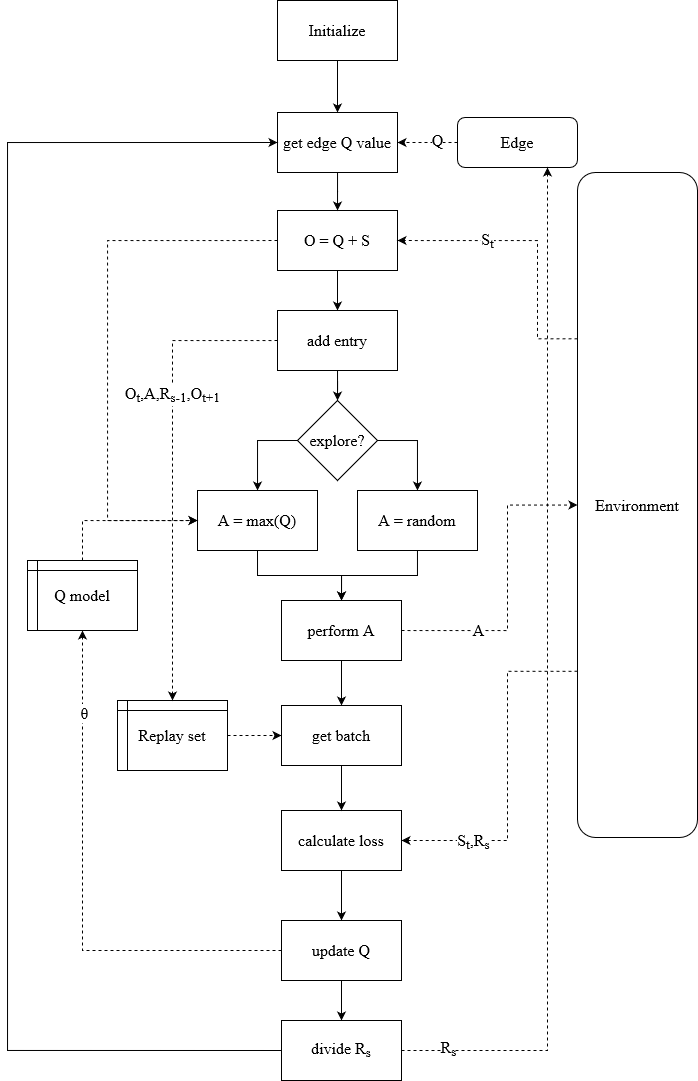
This is EdgeResourceFederated/img/server_alg.png from kc71486/nsda_paper, a draw.io export, as it was before one commit. Source tidied: cells renumbered, new cells last; positions are measured from the earlier drawing's top-left corner, leaving out a move shared by most shapes. Its diagram source:
```xml
<mxGraphModel>
  <root>
    <mxCell id="0" />
    <mxCell id="1" parent="0" />
    <mxCell id="2" style="edgeStyle=orthogonalEdgeStyle;rounded=0;jettySize=auto;html=1;" parent="1" edge="1" source="3" target="43">
      <mxGeometry relative="1" as="geometry" />
    </mxCell>
    <mxCell id="3" value="&lt;font face=&quot;Times New Roman&quot; style=&quot;font-size: 16px;&quot;&gt;Initialize&lt;/font&gt;" style="rounded=0;whiteSpace=wrap;html=1;" parent="1" vertex="1">
      <mxGeometry x="270" width="120" height="60" as="geometry" />
    </mxCell>
    <mxCell id="4" style="edgeStyle=orthogonalEdgeStyle;rounded=0;jettySize=auto;html=1;exitX=0;exitY=0.5;exitDx=0;exitDy=0;" parent="1" edge="1" source="6" target="13">
      <mxGeometry relative="1" as="geometry" />
    </mxCell>
    <mxCell id="5" style="edgeStyle=orthogonalEdgeStyle;rounded=0;jettySize=auto;html=1;exitX=1;exitY=0.5;exitDx=0;exitDy=0;" parent="1" edge="1" source="6" target="11">
      <mxGeometry relative="1" as="geometry" />
    </mxCell>
    <mxCell id="6" value="&lt;font style=&quot;font-size: 16px;&quot; face=&quot;Times New Roman&quot;&gt;explore?&lt;/font&gt;" style="rhombus;whiteSpace=wrap;html=1;" parent="1" vertex="1">
      <mxGeometry x="290" y="400" width="80" height="80" as="geometry" />
    </mxCell>
    <mxCell id="7" style="edgeStyle=orthogonalEdgeStyle;rounded=0;jettySize=auto;html=1;exitX=0;exitY=0.5;exitDx=0;exitDy=0;entryX=0;entryY=0.5;entryDx=0;entryDy=0;dashed=1;" parent="1" edge="1" source="9" target="13">
      <mxGeometry relative="1" as="geometry">
        <Array as="points">
          <mxPoint x="100" y="240" />
          <mxPoint x="100" y="520" />
        </Array>
      </mxGeometry>
    </mxCell>
    <mxCell id="8" style="edgeStyle=orthogonalEdgeStyle;rounded=0;jettySize=auto;html=1;" parent="1" edge="1" source="9" target="36">
      <mxGeometry relative="1" as="geometry" />
    </mxCell>
    <mxCell id="9" value="&lt;font style=&quot;font-size: 16px;&quot; face=&quot;Times New Roman&quot;&gt;O = Q + S&lt;br&gt;&lt;/font&gt;" style="rounded=0;whiteSpace=wrap;html=1;" parent="1" vertex="1">
      <mxGeometry x="270" y="210" width="120" height="60" as="geometry" />
    </mxCell>
    <mxCell id="10" style="edgeStyle=orthogonalEdgeStyle;rounded=0;jettySize=auto;html=1;entryX=0.5;entryY=0;entryDx=0;entryDy=0;" parent="1" edge="1" source="11" target="17">
      <mxGeometry relative="1" as="geometry" />
    </mxCell>
    <mxCell id="11" value="&lt;font style=&quot;font-size: 16px;&quot; face=&quot;Times New Roman&quot;&gt;A = random&lt;/font&gt;" style="rounded=0;whiteSpace=wrap;html=1;" parent="1" vertex="1">
      <mxGeometry x="350" y="490" width="120" height="60" as="geometry" />
    </mxCell>
    <mxCell id="12" style="edgeStyle=orthogonalEdgeStyle;rounded=0;jettySize=auto;html=1;exitX=0.5;exitY=1;exitDx=0;exitDy=0;" parent="1" edge="1" source="13" target="17">
      <mxGeometry relative="1" as="geometry" />
    </mxCell>
    <mxCell id="13" value="&lt;font style=&quot;font-size: 16px;&quot; face=&quot;Times New Roman&quot;&gt;A = max(Q)&lt;br&gt;&lt;/font&gt;" style="rounded=0;whiteSpace=wrap;html=1;" parent="1" vertex="1">
      <mxGeometry x="190" y="490" width="120" height="60" as="geometry" />
    </mxCell>
    <mxCell id="14" style="edgeStyle=orthogonalEdgeStyle;rounded=0;jettySize=auto;html=1;dashed=1;entryX=0;entryY=0.5;entryDx=0;entryDy=0;exitX=1;exitY=0.5;exitDx=0;exitDy=0;" parent="1" edge="1" source="17" target="22">
      <mxGeometry relative="1" as="geometry">
        <Array as="points">
          <mxPoint x="500" y="630" />
          <mxPoint x="500" y="505" />
        </Array>
      </mxGeometry>
    </mxCell>
    <mxCell id="15" value="&lt;font style=&quot;font-size: 16px;&quot; face=&quot;Times New Roman&quot;&gt;A&lt;/font&gt;" style="edgeLabel;html=1;align=center;verticalAlign=middle;" parent="14" vertex="1">
      <mxGeometry x="0.54" y="2" relative="1" as="geometry">
        <mxPoint x="-30" y="127" as="offset" />
      </mxGeometry>
    </mxCell>
    <mxCell id="16" style="edgeStyle=orthogonalEdgeStyle;rounded=0;jettySize=auto;html=1;" parent="1" edge="1" source="17" target="38">
      <mxGeometry relative="1" as="geometry" />
    </mxCell>
    <mxCell id="17" value="&lt;font style=&quot;font-size: 16px;&quot; face=&quot;Times New Roman&quot;&gt;perform A&lt;br&gt;&lt;/font&gt;" style="rounded=0;whiteSpace=wrap;html=1;" parent="1" vertex="1">
      <mxGeometry x="274" y="600" width="120" height="60" as="geometry" />
    </mxCell>
    <mxCell id="18" style="edgeStyle=orthogonalEdgeStyle;rounded=0;jettySize=auto;html=1;exitX=0;exitY=0.25;exitDx=0;exitDy=0;entryX=1;entryY=0.5;entryDx=0;entryDy=0;dashed=1;" parent="1" edge="1" source="22" target="9">
      <mxGeometry relative="1" as="geometry">
        <Array as="points">
          <mxPoint x="530" y="338" />
          <mxPoint x="530" y="240" />
        </Array>
      </mxGeometry>
    </mxCell>
    <mxCell id="19" value="&lt;font style=&quot;font-size: 16px;&quot; face=&quot;Times New Roman&quot;&gt;S&lt;sub&gt;t&lt;/sub&gt;&lt;/font&gt;" style="edgeLabel;html=1;align=center;verticalAlign=middle;" parent="18" vertex="1">
      <mxGeometry x="-0.58" y="1" relative="1" as="geometry">
        <mxPoint x="-49" y="-80" as="offset" />
      </mxGeometry>
    </mxCell>
    <mxCell id="20" style="edgeStyle=orthogonalEdgeStyle;rounded=0;jettySize=auto;html=1;exitX=0;exitY=0.75;exitDx=0;exitDy=0;entryX=1;entryY=0.5;entryDx=0;entryDy=0;dashed=1;" parent="1" edge="1" source="22" target="24">
      <mxGeometry relative="1" as="geometry">
        <Array as="points">
          <mxPoint x="500" y="671" />
          <mxPoint x="500" y="840" />
        </Array>
      </mxGeometry>
    </mxCell>
    <mxCell id="21" value="&lt;font style=&quot;font-size: 16px;&quot; face=&quot;Times New Roman&quot;&gt;S&lt;sub&gt;t&lt;/sub&gt;,&lt;font style=&quot;font-size: 16px;&quot;&gt;R&lt;sub&gt;s&lt;/sub&gt;&lt;/font&gt;&lt;/font&gt;" style="edgeLabel;html=1;align=center;verticalAlign=middle;" parent="20" vertex="1">
      <mxGeometry x="0.59" y="2" relative="1" as="geometry" />
    </mxCell>
    <mxCell id="22" value="&lt;font style=&quot;font-size: 16px;&quot; face=&quot;Times New Roman&quot;&gt;Environment&lt;/font&gt;" style="rounded=1;whiteSpace=wrap;html=1;" parent="1" vertex="1">
      <mxGeometry x="570" y="172" width="120" height="665" as="geometry" />
    </mxCell>
    <mxCell id="23" style="edgeStyle=orthogonalEdgeStyle;rounded=0;jettySize=auto;html=1;" parent="1" edge="1" source="24" target="28">
      <mxGeometry relative="1" as="geometry" />
    </mxCell>
    <mxCell id="24" value="&lt;font style=&quot;font-size: 16px;&quot; face=&quot;Times New Roman&quot;&gt;calculate loss&lt;br&gt;&lt;/font&gt;" style="rounded=0;whiteSpace=wrap;html=1;" parent="1" vertex="1">
      <mxGeometry x="274" y="810" width="120" height="60" as="geometry" />
    </mxCell>
    <mxCell id="25" style="edgeStyle=orthogonalEdgeStyle;rounded=0;jettySize=auto;html=1;exitX=0;exitY=0.5;exitDx=0;exitDy=0;dashed=1;" parent="1" edge="1" source="28" target="30">
      <mxGeometry relative="1" as="geometry" />
    </mxCell>
    <mxCell id="26" value="&lt;font style=&quot;font-size: 16px;&quot; face=&quot;Times New Roman&quot;&gt;θ&lt;/font&gt;" style="edgeLabel;html=1;align=center;verticalAlign=middle;" parent="25" vertex="1">
      <mxGeometry x="0.68" y="-2" relative="1" as="geometry" />
    </mxCell>
    <mxCell id="27" style="edgeStyle=orthogonalEdgeStyle;rounded=0;jettySize=auto;html=1;" parent="1" edge="1" source="28" target="47">
      <mxGeometry relative="1" as="geometry" />
    </mxCell>
    <mxCell id="28" value="&lt;font style=&quot;font-size: 16px;&quot; face=&quot;Times New Roman&quot;&gt;update Q&lt;br&gt;&lt;/font&gt;" style="rounded=0;whiteSpace=wrap;html=1;" parent="1" vertex="1">
      <mxGeometry x="274" y="920" width="120" height="60" as="geometry" />
    </mxCell>
    <mxCell id="29" style="edgeStyle=orthogonalEdgeStyle;rounded=0;jettySize=auto;html=1;exitX=0.5;exitY=0;exitDx=0;exitDy=0;entryX=0;entryY=0.5;entryDx=0;entryDy=0;dashed=1;" parent="1" edge="1" source="30" target="13">
      <mxGeometry relative="1" as="geometry" />
    </mxCell>
    <mxCell id="30" value="&lt;font style=&quot;font-size: 16px;&quot; face=&quot;Times New Roman&quot;&gt;Q model&lt;br&gt;&lt;/font&gt;" style="shape=internalStorage;whiteSpace=wrap;html=1;backgroundOutline=1;dx=10;dy=10;" parent="1" vertex="1">
      <mxGeometry x="20" y="560" width="110" height="70" as="geometry" />
    </mxCell>
    <mxCell id="31" style="edgeStyle=orthogonalEdgeStyle;rounded=0;jettySize=auto;html=1;entryX=0;entryY=0.5;entryDx=0;entryDy=0;dashed=1;" parent="1" edge="1" source="32" target="38">
      <mxGeometry relative="1" as="geometry" />
    </mxCell>
    <mxCell id="32" value="&lt;font face=&quot;Times New Roman&quot; style=&quot;font-size: 16px;&quot;&gt;Replay set&lt;/font&gt;&lt;font face=&quot;Times New Roman&quot; style=&quot;font-size: 16px;&quot;&gt;&lt;br&gt;&lt;/font&gt;" style="shape=internalStorage;whiteSpace=wrap;html=1;backgroundOutline=1;dx=10;dy=10;" parent="1" vertex="1">
      <mxGeometry x="110" y="700" width="110" height="70" as="geometry" />
    </mxCell>
    <mxCell id="33" style="edgeStyle=orthogonalEdgeStyle;rounded=0;jettySize=auto;html=1;exitX=0;exitY=0.5;exitDx=0;exitDy=0;entryX=0.5;entryY=0;entryDx=0;entryDy=0;dashed=1;" parent="1" edge="1" source="36" target="32">
      <mxGeometry relative="1" as="geometry" />
    </mxCell>
    <mxCell id="34" value="&lt;font style=&quot;font-size: 16px;&quot; face=&quot;Times New Roman&quot;&gt;O&lt;sub&gt;t&lt;/sub&gt;,A,R&lt;sub&gt;s-1&lt;/sub&gt;,O&lt;sub&gt;t+1&lt;/sub&gt;&lt;/font&gt;" style="edgeLabel;html=1;align=center;verticalAlign=middle;" parent="33" vertex="1">
      <mxGeometry x="-0.32" relative="1" as="geometry" />
    </mxCell>
    <mxCell id="35" style="edgeStyle=orthogonalEdgeStyle;rounded=0;jettySize=auto;html=1;" parent="1" edge="1" source="36" target="6">
      <mxGeometry relative="1" as="geometry" />
    </mxCell>
    <mxCell id="36" value="&lt;font style=&quot;font-size: 16px;&quot; face=&quot;Times New Roman&quot;&gt;add entry&lt;/font&gt;" style="rounded=0;whiteSpace=wrap;html=1;" parent="1" vertex="1">
      <mxGeometry x="270" y="310" width="120" height="60" as="geometry" />
    </mxCell>
    <mxCell id="37" style="edgeStyle=orthogonalEdgeStyle;rounded=0;jettySize=auto;html=1;" parent="1" edge="1" source="38" target="24">
      <mxGeometry relative="1" as="geometry" />
    </mxCell>
    <mxCell id="38" value="&lt;font style=&quot;font-size: 16px;&quot; face=&quot;Times New Roman&quot;&gt;get batch&lt;br&gt;&lt;/font&gt;" style="rounded=0;whiteSpace=wrap;html=1;" parent="1" vertex="1">
      <mxGeometry x="274" y="705" width="120" height="60" as="geometry" />
    </mxCell>
    <mxCell id="39" style="edgeStyle=orthogonalEdgeStyle;rounded=0;jettySize=auto;html=1;entryX=1;entryY=0.5;entryDx=0;entryDy=0;dashed=1;" parent="1" edge="1" source="41" target="43">
      <mxGeometry relative="1" as="geometry" />
    </mxCell>
    <mxCell id="40" value="&lt;font style=&quot;font-size: 16px;&quot; face=&quot;Times New Roman&quot;&gt;Q&lt;/font&gt;" style="edgeLabel;html=1;align=center;verticalAlign=middle;" parent="39" vertex="1">
      <mxGeometry x="-0.56" y="-1" relative="1" as="geometry">
        <mxPoint x="-7" y="-1" as="offset" />
      </mxGeometry>
    </mxCell>
    <mxCell id="41" value="&lt;font style=&quot;font-size: 16px;&quot; face=&quot;Times New Roman&quot;&gt;Edge&lt;/font&gt;" style="rounded=1;whiteSpace=wrap;html=1;" parent="1" vertex="1">
      <mxGeometry x="450" y="117" width="120" height="50" as="geometry" />
    </mxCell>
    <mxCell id="42" style="edgeStyle=orthogonalEdgeStyle;rounded=0;jettySize=auto;html=1;" parent="1" edge="1" source="43" target="9">
      <mxGeometry relative="1" as="geometry" />
    </mxCell>
    <mxCell id="43" value="&lt;font style=&quot;font-size: 16px;&quot; face=&quot;Times New Roman&quot;&gt;get edge Q value&lt;br&gt;&lt;/font&gt;" style="rounded=0;whiteSpace=wrap;html=1;" parent="1" vertex="1">
      <mxGeometry x="270" y="112" width="120" height="60" as="geometry" />
    </mxCell>
    <mxCell id="44" style="edgeStyle=orthogonalEdgeStyle;rounded=0;jettySize=auto;html=1;exitX=1;exitY=0.5;exitDx=0;exitDy=0;entryX=0.75;entryY=1;entryDx=0;entryDy=0;dashed=1;" parent="1" edge="1" source="47" target="41">
      <mxGeometry relative="1" as="geometry" />
    </mxCell>
    <mxCell id="45" value="&lt;font face=&quot;Times New Roman&quot; style=&quot;font-size: 16px;&quot;&gt;R&lt;sub&gt;s&lt;/sub&gt;&lt;/font&gt;" style="edgeLabel;html=1;align=center;verticalAlign=middle;" parent="44" vertex="1">
      <mxGeometry x="-0.91" y="1" relative="1" as="geometry" />
    </mxCell>
    <mxCell id="46" style="edgeStyle=orthogonalEdgeStyle;rounded=0;jettySize=auto;html=1;exitX=0;exitY=0.5;exitDx=0;exitDy=0;entryX=0;entryY=0.5;entryDx=0;entryDy=0;" parent="1" edge="1" source="47" target="43">
      <mxGeometry relative="1" as="geometry">
        <Array as="points">
          <mxPoint y="1050" />
          <mxPoint y="142" />
        </Array>
      </mxGeometry>
    </mxCell>
    <mxCell id="47" value="&lt;font style=&quot;font-size: 16px;&quot; face=&quot;Times New Roman&quot;&gt;divide R&lt;sub&gt;s&lt;br style=&quot;font-size: 16px;&quot;&gt;&lt;/sub&gt;&lt;/font&gt;" style="rounded=0;whiteSpace=wrap;html=1;" parent="1" vertex="1">
      <mxGeometry x="274" y="1020" width="120" height="60" as="geometry" />
    </mxCell>
  </root>
</mxGraphModel>
```
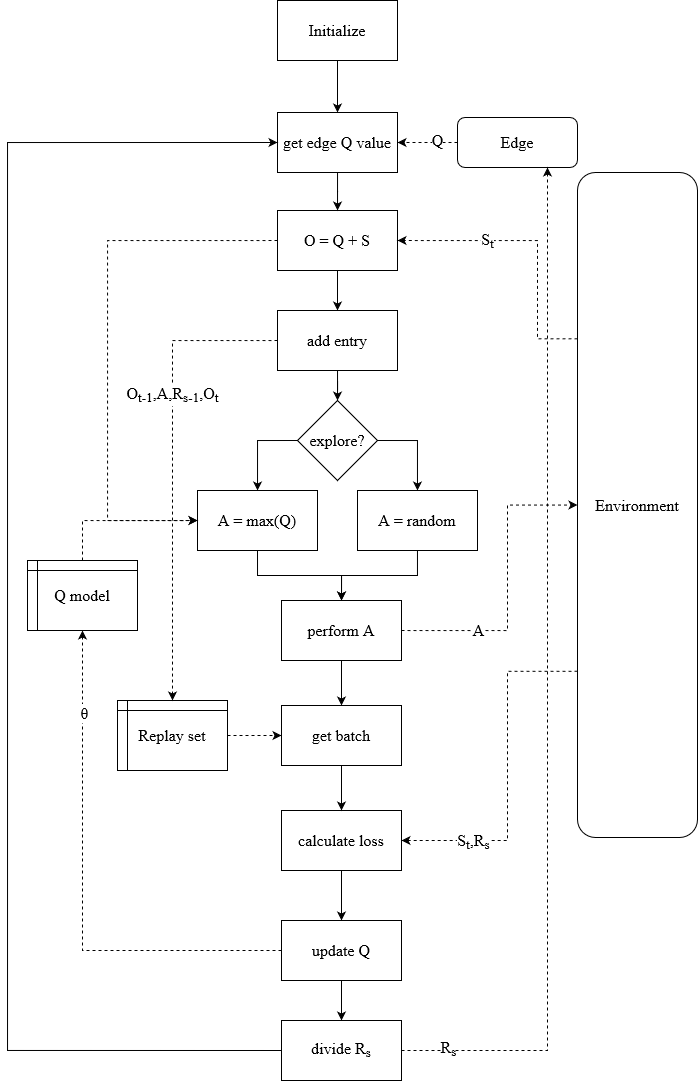
The same file after the commit.

The edit, as a diff of the source:
```diff
@@ -122,7 +122,7 @@
     <mxCell id="33" style="edgeStyle=orthogonalEdgeStyle;rounded=0;jettySize=auto;html=1;exitX=0;exitY=0.5;exitDx=0;exitDy=0;entryX=0.5;entryY=0;entryDx=0;entryDy=0;dashed=1;" parent="1" edge="1" source="36" target="32">
       <mxGeometry relative="1" as="geometry" />
     </mxCell>
-    <mxCell id="34" value="&lt;font style=&quot;font-size: 16px;&quot; face=&quot;Times New Roman&quot;&gt;O&lt;sub&gt;t&lt;/sub&gt;,A,R&lt;sub&gt;s-1&lt;/sub&gt;,O&lt;sub&gt;t+1&lt;/sub&gt;&lt;/font&gt;" style="edgeLabel;html=1;align=center;verticalAlign=middle;" parent="33" vertex="1">
+    <mxCell id="34" value="&lt;font style=&quot;font-size: 16px;&quot; face=&quot;Times New Roman&quot;&gt;O&lt;sub&gt;t-1&lt;/sub&gt;,A,R&lt;sub&gt;s-1&lt;/sub&gt;,O&lt;sub&gt;t&lt;/sub&gt;&lt;/font&gt;" style="edgeLabel;html=1;align=center;verticalAlign=middle;" parent="33" vertex="1">
       <mxGeometry x="-0.32" relative="1" as="geometry" />
     </mxCell>
     <mxCell id="35" style="edgeStyle=orthogonalEdgeStyle;rounded=0;jettySize=auto;html=1;" parent="1" edge="1" source="36" target="6">
```
